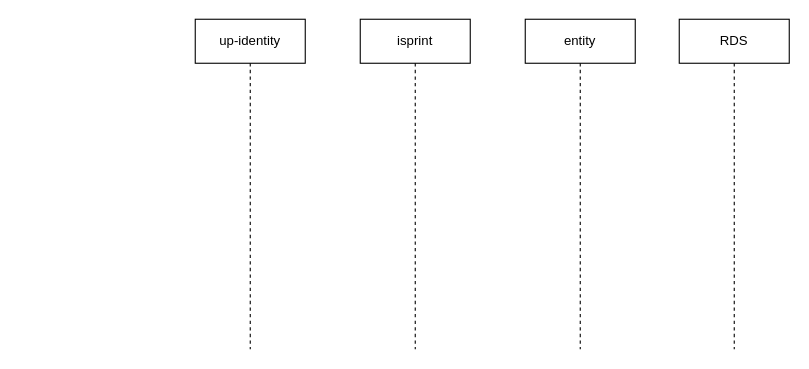
ajeeshraj56/drawio keeps this draw.io diagram as regsiter_user_normal_flow.drawio. Above is the earlier version. Source tidied: cells renumbered, new cells numbered last; positions are measured from the earlier drawing's top-left corner, leaving out a move shared by most shapes. Both pictures are drawn from the tidied source at 110%, with x=0, y=0 at pixel (195, 19).
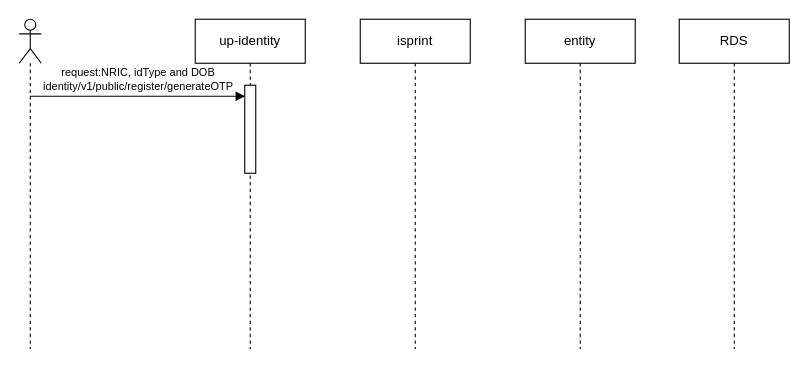
The same diagram, later.

The edit, as a diff of the source:
```diff
@@
 <mxGraphModel>
   <root>
     <mxCell id="0" />
     <mxCell id="1" parent="0" />
     <mxCell id="2" value="RDS" style="shape=umlLifeline;perimeter=lifelinePerimeter;whiteSpace=wrap;html=1;newEdgeStyle={&quot;curved&quot;:0,&quot;rounded&quot;:0};" parent="1" vertex="1">
       <mxGeometry x="440" width="100" height="300" as="geometry" />
     </mxCell>
     <mxCell id="3" value="entity" style="shape=umlLifeline;perimeter=lifelinePerimeter;whiteSpace=wrap;html=1;newEdgeStyle={&quot;curved&quot;:0,&quot;rounded&quot;:0};" parent="1" vertex="1">
       <mxGeometry x="300" width="100" height="300" as="geometry" />
     </mxCell>
     <mxCell id="4" value="isprint" style="shape=umlLifeline;perimeter=lifelinePerimeter;whiteSpace=wrap;html=1;newEdgeStyle={&quot;curved&quot;:0,&quot;rounded&quot;:0};" parent="1" vertex="1">
       <mxGeometry x="150" width="100" height="300" as="geometry" />
     </mxCell>
     <mxCell id="5" value="up-identity" style="shape=umlLifeline;perimeter=lifelinePerimeter;whiteSpace=wrap;html=1;newEdgeStyle={&quot;curved&quot;:0,&quot;rounded&quot;:0};" parent="1" vertex="1">
       <mxGeometry width="100" height="300" as="geometry" />
     </mxCell>
+    <mxCell id="6" style="html=1;perimeter=orthogonalPerimeter;targetShapes=umlLifeline;newEdgeStyle={&quot;curved&quot;:0,&quot;rounded&quot;:0};" parent="5" vertex="1">
+      <mxGeometry x="45" y="60" width="10" height="80" as="geometry" />
+    </mxCell>
+    <mxCell id="7" style="shape=umlLifeline;perimeter=lifelinePerimeter;whiteSpace=wrap;html=1;newEdgeStyle={&quot;curved&quot;:0,&quot;rounded&quot;:0};participant=umlActor;" parent="1" vertex="1">
+      <mxGeometry x="-160" width="20" height="300" as="geometry" />
+    </mxCell>
+    <mxCell id="8" value="&lt;font style=&quot;font-size: 10px;&quot;&gt;request:NRIC, idType and DOB&lt;br&gt;identity/v1/public/register/generateOTP&lt;/font&gt;" style="html=1;verticalAlign=bottom;endArrow=block;curved=0;rounded=0;" parent="1" edge="1">
+      <mxGeometry relative="1" as="geometry">
+        <mxPoint x="-150" y="70" as="sourcePoint" />
+        <mxPoint x="45.3" y="70" as="targetPoint" />
+      </mxGeometry>
+    </mxCell>
   </root>
 </mxGraphModel>
```
